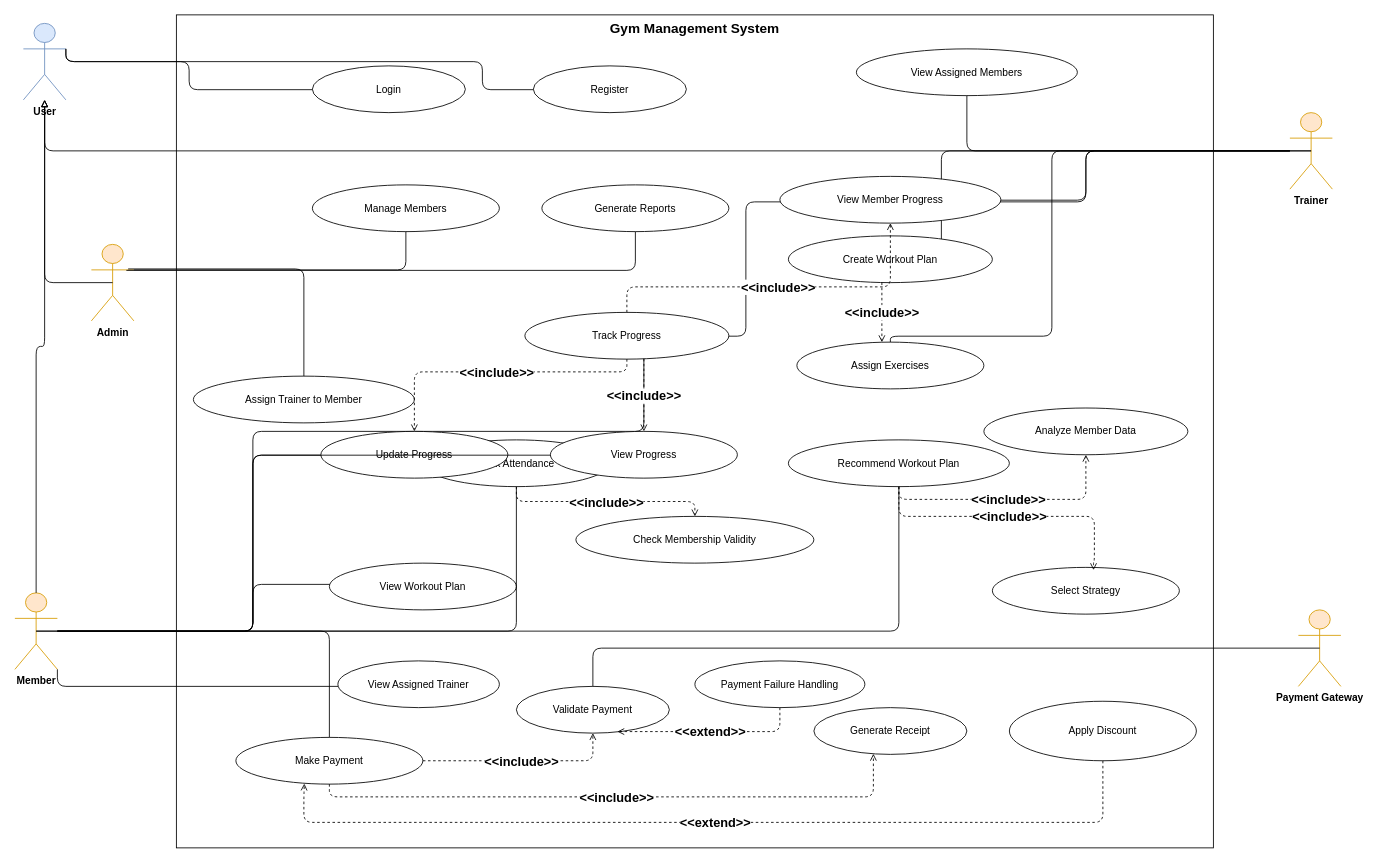
This is UML DIAGRAMS/USE CASE DIAGRAM/Gym_Management_System_Use_Case_Diagram.drawio from GUNADEEP19/GYM-MANAGEMENT-SYSTEM, a draw.io file, before an edit. Source tidied: cells renumbered, new cells numbered last; positions are measured from the earlier drawing's top-left corner, leaving out a move shared by most shapes. Both pictures are drawn from the tidied source at 85%, with x=0, y=0 at pixel (14, 14).
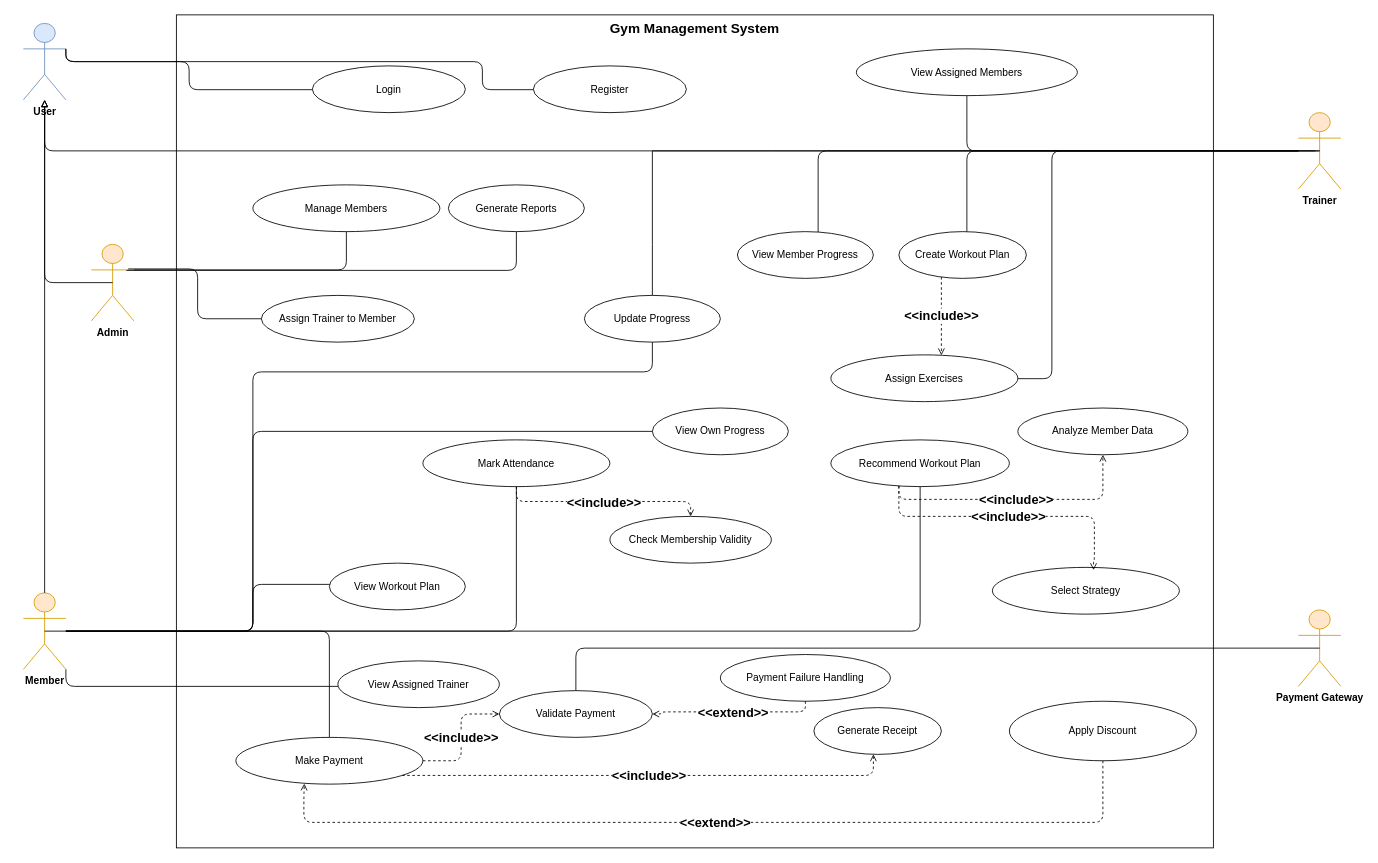
Above is the later version.

Commit message (it also covers changes not shown here):
Update use-case documentation and sync latest diagram assets

The change refers to these unchanged cells:
```xml
<mxCell id="7" value="&lt;b&gt;Payment Gateway&lt;/b&gt;" style="shape=umlActor;verticalLabelPosition=bottom;verticalAlign=top;html=1;fillColor=#ffe6cc;strokeColor=#d79b00;" parent="1" vertex="1">
  <mxGeometry x="1510" y="700" width="50" height="90" as="geometry" />
</mxCell>
<mxCell id="18" value="Make Payment" style="ellipse;whiteSpace=wrap;html=1;strokeColor=#000000;fillColor=#ffffff;" parent="1" vertex="1">
  <mxGeometry x="260" y="850" width="220" height="55" as="geometry" />
</mxCell>
<mxCell id="45" value="View Assigned Trainer" style="ellipse;whiteSpace=wrap;html=1;strokeColor:#000000;fillColor:#ffffff;" parent="1" vertex="1">
  <mxGeometry x="380" y="760" width="190" height="55" as="geometry" />
</mxCell>
```

Diff of the diagram source:
```diff
@@
     <mxCell id="5" value="&lt;b&gt;Member&lt;/b&gt;" style="shape=umlActor;verticalLabelPosition=bottom;verticalAlign=top;html=1;fillColor=#ffe6cc;strokeColor=#d79b00;" parent="1" vertex="1">
-      <mxGeometry y="680" width="50" height="90" as="geometry" />
+      <mxGeometry x="10" y="680" width="50" height="90" as="geometry" />
     </mxCell>
     <mxCell id="6" value="&lt;b&gt;Trainer&lt;/b&gt;" style="shape=umlActor;verticalLabelPosition=bottom;verticalAlign=top;html=1;fillColor=#ffe6cc;strokeColor=#d79b00;" parent="1" vertex="1">
-      <mxGeometry x="1500" y="115" width="50" height="90" as="geometry" />
+      <mxGeometry x="1510" y="115" width="50" height="90" as="geometry" />
     </mxCell>
@@
     <mxCell id="10" value="Manage Members" style="ellipse;whiteSpace=wrap;html=1;strokeColor=#000000;fillColor=#ffffff;" parent="1" vertex="1">
-      <mxGeometry x="350" y="200" width="220" height="55" as="geometry" />
+      <mxGeometry x="280" y="200" width="220" height="55" as="geometry" />
     </mxCell>
     <mxCell id="11" value="Generate Reports" style="ellipse;whiteSpace=wrap;html=1;strokeColor=#000000;fillColor=#ffffff;" parent="1" vertex="1">
-      <mxGeometry x="620" y="200" width="220" height="55" as="geometry" />
+      <mxGeometry x="510" y="200" width="160" height="55" as="geometry" />
     </mxCell>
     <mxCell id="12" value="Create Workout Plan" style="ellipse;whiteSpace=wrap;html=1;strokeColor=#000000;fillColor=#ffffff;" parent="1" vertex="1">
-      <mxGeometry x="910" y="260" width="240" height="55" as="geometry" />
+      <mxGeometry x="1040" y="255" width="150" height="55" as="geometry" />
     </mxCell>
     <mxCell id="13" value="Assign Exercises" style="ellipse;whiteSpace=wrap;html=1;strokeColor=#000000;fillColor=#ffffff;" parent="1" vertex="1">
-      <mxGeometry x="920" y="385" width="220" height="55" as="geometry" />
+      <mxGeometry x="960" y="400" width="220" height="55" as="geometry" />
     </mxCell>
     <mxCell id="14" value="Recommend Workout Plan" style="ellipse;whiteSpace=wrap;html=1;strokeColor=#000000;fillColor=#ffffff;" parent="1" vertex="1">
-      <mxGeometry x="910" y="500" width="260" height="55" as="geometry" />
+      <mxGeometry x="960" y="500" width="210" height="55" as="geometry" />
     </mxCell>
@@
     <mxCell id="16" value="Check Membership Validity" style="ellipse;whiteSpace=wrap;html=1;strokeColor=#000000;fillColor=#ffffff;" parent="1" vertex="1">
-      <mxGeometry x="660" y="590" width="280" height="55" as="geometry" />
+      <mxGeometry x="700" y="590" width="190" height="55" as="geometry" />
     </mxCell>
     <mxCell id="17" value="View Workout Plan" style="ellipse;whiteSpace=wrap;html=1;strokeColor=#000000;fillColor=#ffffff;" parent="1" vertex="1">
-      <mxGeometry x="370" y="645" width="220" height="55" as="geometry" />
+      <mxGeometry x="370" y="645" width="160" height="55" as="geometry" />
     </mxCell>
@@
     <mxCell id="19" value="Validate Payment" style="ellipse;whiteSpace=wrap;html=1;strokeColor=#000000;fillColor=#ffffff;" parent="1" vertex="1">
-      <mxGeometry x="590" y="790" width="180" height="55" as="geometry" />
+      <mxGeometry x="570" y="795" width="180" height="55" as="geometry" />
     </mxCell>
     <mxCell id="20" value="Generate Receipt" style="ellipse;whiteSpace=wrap;html=1;strokeColor=#000000;fillColor=#ffffff;" parent="1" vertex="1">
-      <mxGeometry x="940" y="815" width="180" height="55" as="geometry" />
+      <mxGeometry x="940" y="815" width="150" height="55" as="geometry" />
     </mxCell>
@@
     <mxCell id="29" style="endArrow=none;html=1;strokeColor=#000000;edgeStyle=orthogonalEdgeStyle;" parent="1" edge="1" source="6" target="12">
       <mxGeometry relative="1" as="geometry">
         <Array as="points">
-          <mxPoint x="1090" y="160" />
+          <mxPoint x="1120" y="160" />
         </Array>
       </mxGeometry>
     </mxCell>
     <mxCell id="30" style="endArrow=none;html=1;strokeColor=#000000;edgeStyle=orthogonalEdgeStyle;" parent="1" edge="1" source="6" target="13">
       <mxGeometry relative="1" as="geometry">
         <Array as="points">
           <mxPoint x="1220" y="160" />
-          <mxPoint x="1220" y="378" />
-          <mxPoint x="1030" y="378" />
+          <mxPoint x="1220" y="428" />
         </Array>
       </mxGeometry>
     </mxCell>
@@
     <mxCell id="35" style="endArrow=none;html=1;strokeColor=#000000;edgeStyle=orthogonalEdgeStyle;entryX=0.5;entryY=0;entryDx=0;entryDy=0;exitX=0.5;exitY=0.5;exitDx=0;exitDy=0;exitPerimeter=0;" parent="1" edge="1" source="7" target="19">
       <mxGeometry relative="1" as="geometry">
         <Array as="points">
-          <mxPoint x="680" y="745" />
+          <mxPoint x="660" y="745" />
         </Array>
       </mxGeometry>
     </mxCell>
@@
-    <mxCell id="37" value="&lt;b&gt;&lt;font style=&quot;font-size: 15px;&quot;&gt;&amp;lt;&amp;lt;include&amp;gt;&amp;gt;&lt;/font&gt;&lt;/b&gt;" style="dashed=1;endArrow=open;endFill=0;html=1;strokeColor=#000000;edgeStyle=orthogonalEdgeStyle;" parent="1" edge="1" source="18" target="20">
+    <mxCell id="37" value="&lt;b&gt;&lt;font style=&quot;font-size: 15px;&quot;&gt;&amp;lt;&amp;lt;include&amp;gt;&amp;gt;&lt;/font&gt;&lt;/b&gt;" style="dashed=1;endArrow=open;endFill=0;html=1;strokeColor=#000000;edgeStyle=orthogonalEdgeStyle;exitX=0.889;exitY=0.814;exitDx=0;exitDy=0;exitPerimeter=0;" parent="1" edge="1" source="18" target="20">
       <mxGeometry relative="1" as="geometry">
         <Array as="points">
-          <mxPoint x="1010" y="920" />
+          <mxPoint x="1010" y="895" />
         </Array>
       </mxGeometry>
     </mxCell>
@@
     <mxCell id="40" value="&lt;b&gt;&lt;font style=&quot;font-size: 15px;&quot;&gt;&amp;lt;&amp;lt;include&amp;gt;&amp;gt;&lt;/font&gt;&lt;/b&gt;" style="dashed=1;endArrow=open;endFill=0;html=1;strokeColor=#000000;edgeStyle=orthogonalEdgeStyle;" parent="1" edge="1" source="12" target="13">
       <mxGeometry relative="1" as="geometry">
         <Array as="points">
-          <mxPoint x="1020" y="350" />
-          <mxPoint x="1020" y="350" />
+          <mxPoint x="1090" y="350" />
+          <mxPoint x="1090" y="350" />
         </Array>
       </mxGeometry>
     </mxCell>
     <mxCell id="41" value="Assign Trainer to Member" style="ellipse;whiteSpace=wrap;html=1;strokeColor=#000000;fillColor=#ffffff;" parent="1" vertex="1">
-      <mxGeometry x="210" y="425" width="260" height="55" as="geometry" />
+      <mxGeometry x="290" y="330" width="180" height="55" as="geometry" />
     </mxCell>
     <mxCell id="42" value="Analyze Member Data" style="ellipse;whiteSpace=wrap;html=1;strokeColor=#000000;fillColor=#ffffff;" parent="1" vertex="1">
-      <mxGeometry x="1140" y="462.5" width="240" height="55" as="geometry" />
+      <mxGeometry x="1180" y="462.5" width="200" height="55" as="geometry" />
     </mxCell>
@@
     <mxCell id="46" value="Payment Failure Handling" style="ellipse;whiteSpace=wrap;html=1;strokeColor:#000000;fillColor:#ffffff;" parent="1" vertex="1">
-      <mxGeometry x="800" y="760" width="200" height="55" as="geometry" />
+      <mxGeometry x="830" y="752.5" width="200" height="55" as="geometry" />
     </mxCell>
@@
     <mxCell id="49" style="endArrow=none;html=1;strokeColor:#000000;edgeStyle=orthogonalEdgeStyle;exitX=1;exitY=1;exitDx=0;exitDy=0;exitPerimeter=0;" parent="1" edge="1" source="5" target="45">
       <mxGeometry relative="1" as="geometry">
         <Array as="points">
-          <mxPoint x="50" y="790" />
+          <mxPoint x="60" y="790" />
         </Array>
       </mxGeometry>
     </mxCell>
@@
-    <mxCell id="52" value="&lt;b&gt;&lt;font style=&quot;font-size: 15px;&quot;&gt;&amp;lt;&amp;lt;extend&amp;gt;&amp;gt;&lt;/font&gt;&lt;/b&gt;" style="dashed=1;endArrow=open;endFill=0;html=1;strokeColor:#000000;edgeStyle=orthogonalEdgeStyle;entryX=0.66;entryY=0.967;entryDx=0;entryDy=0;exitX=0.5;exitY=1;exitDx=0;exitDy=0;entryPerimeter=0;" parent="1" edge="1" source="46" target="19">
+    <mxCell id="52" value="&lt;b&gt;&lt;font style=&quot;font-size: 15px;&quot;&gt;&amp;lt;&amp;lt;extend&amp;gt;&amp;gt;&lt;/font&gt;&lt;/b&gt;" style="dashed=1;endArrow=open;endFill=0;html=1;strokeColor:#000000;edgeStyle=orthogonalEdgeStyle;entryX=1;entryY=0.5;entryDx=0;entryDy=0;exitX=0.5;exitY=1;exitDx=0;exitDy=0;" parent="1" edge="1" source="46" target="19">
       <mxGeometry relative="1" as="geometry">
         <Array as="points">
-          <mxPoint x="900" y="843" />
+          <mxPoint x="930" y="820" />
+          <mxPoint x="760" y="820" />
         </Array>
       </mxGeometry>
     </mxCell>
-    <mxCell id="53" value="Track Progress" style="ellipse;whiteSpace=wrap;html=1;strokeColor:#000000;fillColor:#ffffff;" parent="1" vertex="1">
-      <mxGeometry x="600" y="350" width="240" height="55" as="geometry" />
-    </mxCell>
-    <mxCell id="54" style="endArrow=none;html=1;strokeColor:#000000;edgeStyle=orthogonalEdgeStyle;exitX=0.5;exitY=0.5;exitDx=0;exitDy=0;exitPerimeter=0;" parent="1" edge="1" source="5" target="53">
-      <mxGeometry relative="1" as="geometry">
-        <Array as="points">
-          <mxPoint x="280" y="725" />
-          <mxPoint x="280" y="490" />
-          <mxPoint x="740" y="490" />
-        </Array>
-      </mxGeometry>
-    </mxCell>
-    <mxCell id="55" style="endArrow=none;html=1;strokeColor:#000000;edgeStyle=orthogonalEdgeStyle;" parent="1" edge="1" source="6" target="53">
-      <mxGeometry relative="1" as="geometry">
-        <Array as="points">
-          <mxPoint x="1260" y="160" />
-          <mxPoint x="1260" y="220" />
-          <mxPoint x="860" y="220" />
-          <mxPoint x="860" y="378" />
-        </Array>
-      </mxGeometry>
-    </mxCell>
     <mxCell id="56" value="Update Progress" style="ellipse;whiteSpace=wrap;html=1;strokeColor:#000000;fillColor:#ffffff;" parent="1" vertex="1">
-      <mxGeometry x="360" y="490" width="220" height="55" as="geometry" />
+      <mxGeometry x="670" y="330" width="160" height="55" as="geometry" />
     </mxCell>
-    <mxCell id="57" value="View Progress" style="ellipse;whiteSpace=wrap;html=1;strokeColor:#000000;fillColor:#ffffff;" parent="1" vertex="1">
-      <mxGeometry x="630" y="490" width="220" height="55" as="geometry" />
+    <mxCell id="57" value="&lt;span&gt;View Own Progress&lt;/span&gt;" style="ellipse;whiteSpace=wrap;html=1;strokeColor:#000000;fillColor:#ffffff;" parent="1" vertex="1">
+      <mxGeometry x="750" y="462.5" width="160" height="55" as="geometry" />
     </mxCell>
     <mxCell id="58" value="View Member Progress" style="ellipse;whiteSpace=wrap;html=1;strokeColor:#000000;fillColor:#ffffff;" parent="1" vertex="1">
-      <mxGeometry x="900" y="190" width="260" height="55" as="geometry" />
+      <mxGeometry x="850" y="255" width="160" height="55" as="geometry" />
     </mxCell>
     <mxCell id="59" style="endArrow=none;html=1;strokeColor:#000000;edgeStyle=orthogonalEdgeStyle;" parent="1" edge="1" source="5" target="56">
       <mxGeometry relative="1" as="geometry">
         <Array as="points">
           <mxPoint x="280" y="725" />
-          <mxPoint x="280" y="518" />
-          <mxPoint x="360" y="518" />
+          <mxPoint x="280" y="420" />
+          <mxPoint x="750" y="420" />
         </Array>
       </mxGeometry>
     </mxCell>
     <mxCell id="60" style="endArrow=none;html=1;strokeColor:#000000;edgeStyle=orthogonalEdgeStyle;" parent="1" edge="1" source="5" target="57">
       <mxGeometry relative="1" as="geometry">
         <Array as="points">
           <mxPoint x="280" y="725" />
-          <mxPoint x="280" y="518" />
-          <mxPoint x="630" y="518" />
+          <mxPoint x="280" y="490" />
         </Array>
       </mxGeometry>
     </mxCell>
     <mxCell id="61" style="endArrow=none;html=1;strokeColor:#000000;edgeStyle=orthogonalEdgeStyle;" parent="1" edge="1" source="6" target="58">
       <mxGeometry relative="1" as="geometry">
         <Array as="points">
-          <mxPoint x="1260" y="160" />
-          <mxPoint x="1260" y="218" />
-          <mxPoint x="1030" y="218" />
+          <mxPoint x="945" y="160" />
         </Array>
       </mxGeometry>
     </mxCell>
-    <mxCell id="62" value="&lt;b&gt;&lt;font style=&quot;font-size: 15px;&quot;&gt;&amp;lt;&amp;lt;include&amp;gt;&amp;gt;&lt;/font&gt;&lt;/b&gt;" style="dashed=1;endArrow=open;endFill=0;html=1;strokeColor:#000000;edgeStyle=orthogonalEdgeStyle;" parent="1" edge="1" source="53" target="56">
-      <mxGeometry relative="1" as="geometry">
-        <Array as="points">
-          <mxPoint x="580" y="420" />
-          <mxPoint x="470" y="420" />
-          <mxPoint x="470" y="490" />
-        </Array>
-      </mxGeometry>
-    </mxCell>
-    <mxCell id="63" value="&lt;b&gt;&lt;font style=&quot;font-size: 15px;&quot;&gt;&amp;lt;&amp;lt;include&amp;gt;&amp;gt;&lt;/font&gt;&lt;/b&gt;" style="dashed=1;endArrow=open;endFill=0;html=1;strokeColor:#000000;edgeStyle=orthogonalEdgeStyle;" parent="1" edge="1" source="53" target="57">
-      <mxGeometry relative="1" as="geometry">
-        <Array as="points">
-          <mxPoint x="740" y="420" />
-          <mxPoint x="740" y="490" />
-        </Array>
-      </mxGeometry>
-    </mxCell>
-    <mxCell id="64" value="&lt;b&gt;&lt;font style=&quot;font-size: 15px;&quot;&gt;&amp;lt;&amp;lt;include&amp;gt;&amp;gt;&lt;/font&gt;&lt;/b&gt;" style="dashed=1;endArrow=open;endFill=0;html=1;strokeColor:#000000;edgeStyle=orthogonalEdgeStyle;" parent="1" edge="1" source="53" target="58">
-      <mxGeometry relative="1" as="geometry">
-        <Array as="points">
-          <mxPoint x="860" y="320" />
-          <mxPoint x="1030" y="320" />
-          <mxPoint x="1030" y="218" />
-        </Array>
-      </mxGeometry>
-    </mxCell>
+    <mxCell id="65" style="endArrow=none;html=1;rounded=0;entryX=0.5;entryY=0;entryDx=0;entryDy=0;" parent="1" edge="1" target="56">
+      <mxGeometry relative="1" as="geometry">
+        <mxPoint x="1530" y="160" as="sourcePoint" />
+        <Array as="points">
+          <mxPoint x="890" y="160" />
+          <mxPoint x="750" y="160" />
+          <mxPoint x="750" y="270" />
+        </Array>
+      </mxGeometry>
+    </mxCell>
```
